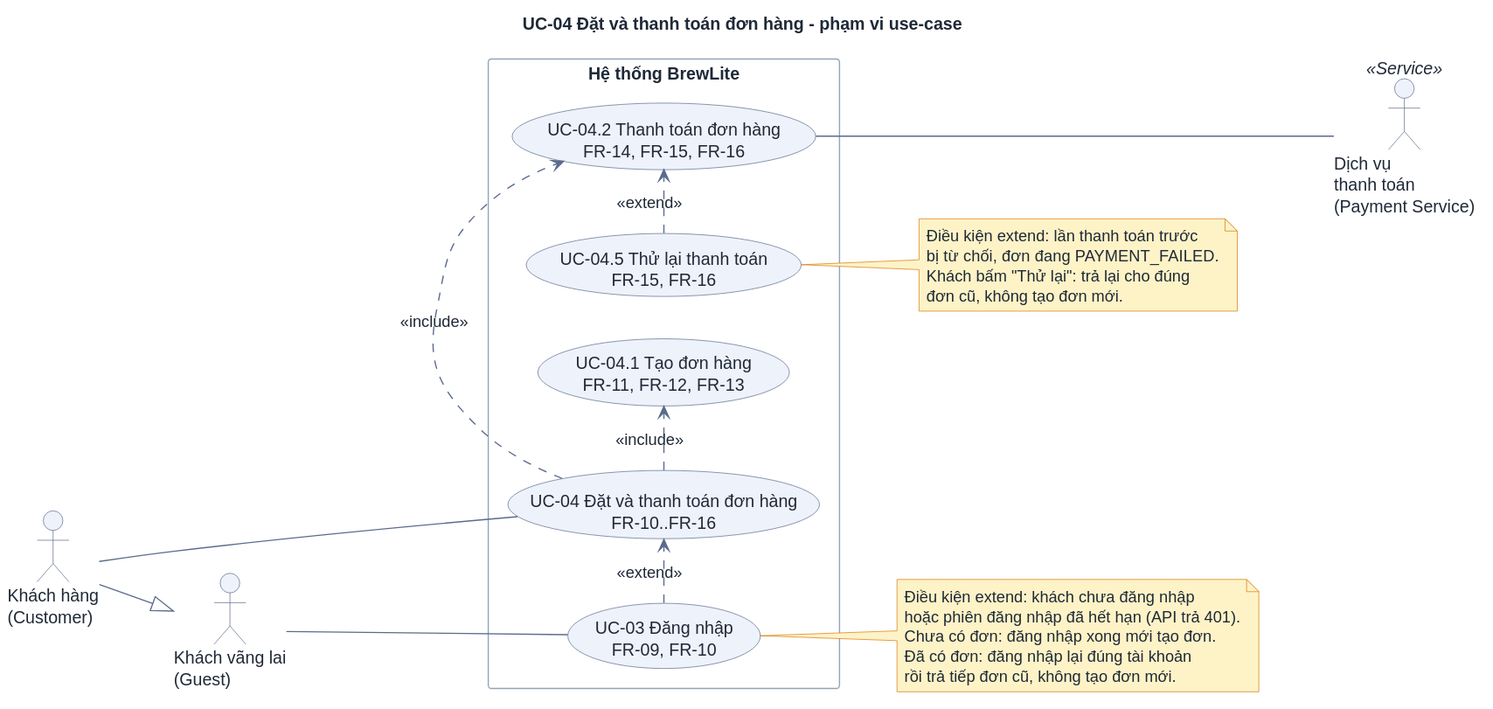
This is docs/requirements/uc-checkout.svg from DuVinhLoi/BrewLite, a PlantUML export, as it was before one commit.
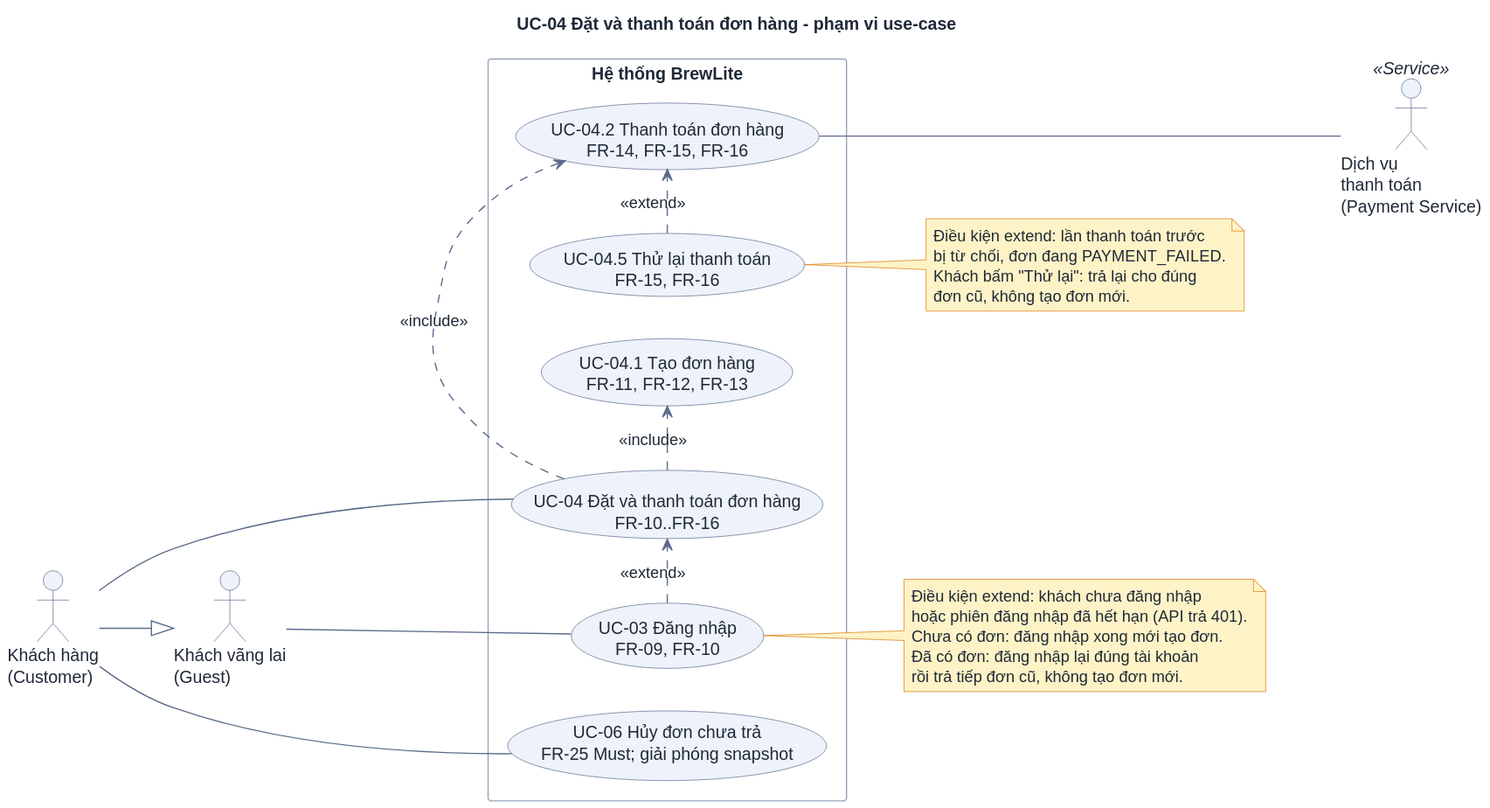
After the commit.

The edit, as a diff of the source:
```diff
@@ -27,10 +27,12 @@
   usecase "UC-04.1 Tạo đơn hàng\nFR-11, FR-12, FR-13" as UC041
   usecase "UC-04.2 Thanh toán đơn hàng\nFR-14, FR-15, FR-16" as UC042
   usecase "UC-04.5 Thử lại thanh toán\nFR-15, FR-16" as UC045
+  usecase "UC-06 Hủy đơn chưa trả\nFR-25 Must; giải phóng snapshot" as UC06
   usecase "UC-03 Đăng nhập\nFR-09, FR-10" as UC03
 }
 
 Customer --- UC04
+Customer --- UC06
 Guest --- UC03
 
 UC04 .> UC041 : <<include>>
```
